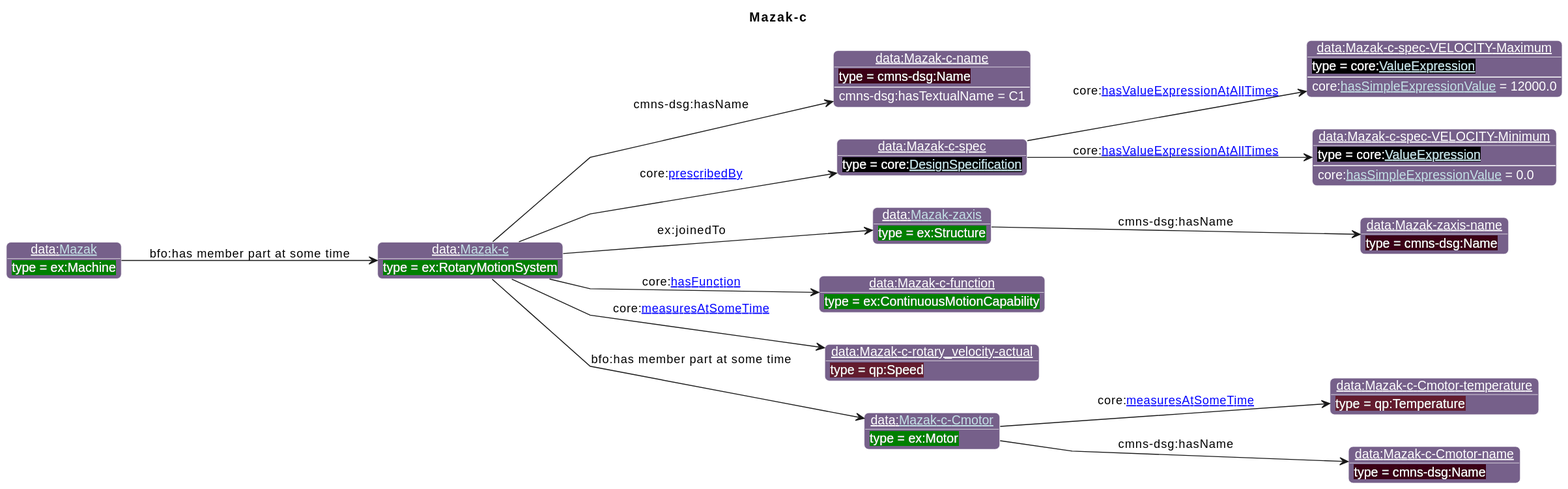
Above: diagrams/Mazak-c.svg in iofoundry/example-syseng-mtconnect (PlantUML), before the change.
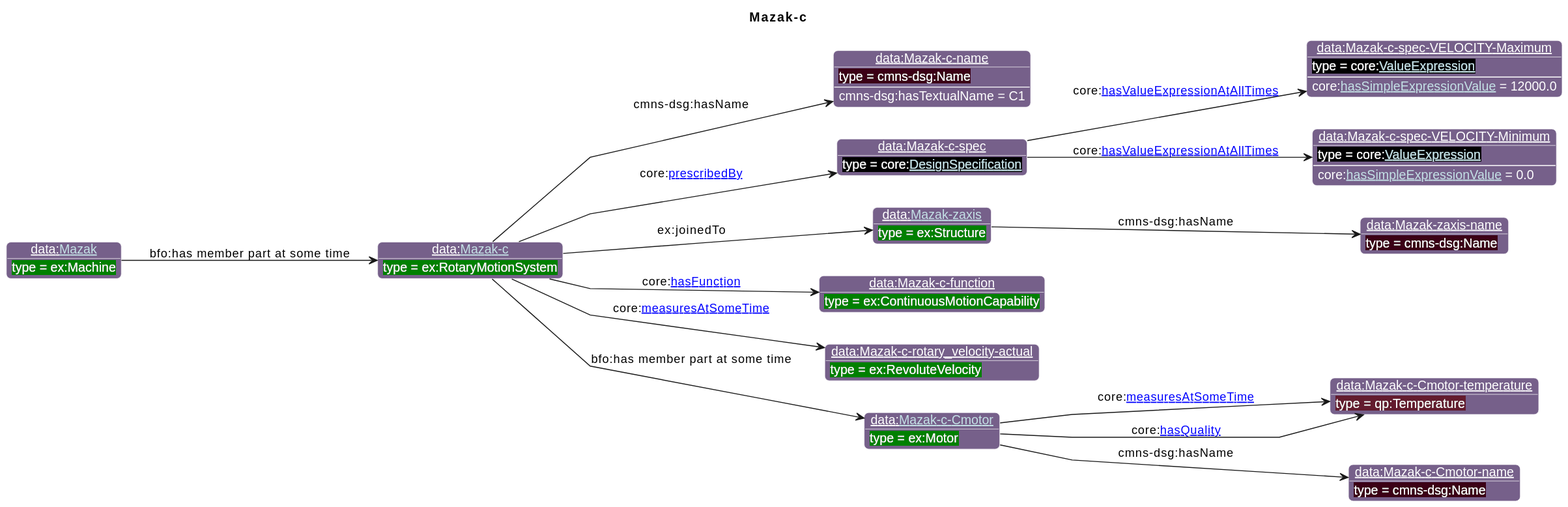
Later version of the same file.

The edit, as a diff of the source:
```diff
@@ -27,7 +27,7 @@
 individual(o6, data:[[./Mazak-zaxis.html Mazak-zaxis]], ex:Structure)
 individual(o7, data:Mazak-zaxis-name, cmns-dsg:Name)
 individual(o8, data:Mazak-c-function, ex:ContinuousMotionCapability)
-individual(o9, data:Mazak-c-rotary_velocity-actual, qp:Speed)
+individual(o9, data:Mazak-c-rotary_velocity-actual, ex:RevoluteVelocity)
 individual(o10, data:[[./Mazak-c-Cmotor.html Mazak-c-Cmotor]], ex:Motor)
 individual(o11, data:Mazak-c-Cmotor-temperature, qp:Temperature)
 individual(o12, data:Mazak-c-Cmotor-name, cmns-dsg:Name)
@@ -45,6 +45,7 @@
 property(o1, core:[[https://spec.industrialontologies.org/ontology/core/Core/measuresAtSomeTime measuresAtSomeTime]], o9)
 property(o1, "bfo:has member part at some time", o10)
 property(o10, core:[[https://spec.industrialontologies.org/ontology/core/Core/measuresAtSomeTime measuresAtSomeTime]], o11)
+property(o10, core:[[https://spec.industrialontologies.org/ontology/core/Core/hasQuality hasQuality]], o11)
 property(o10, cmns-dsg:hasName, o12)
 property(o13, "bfo:has member part at some time", o1)
 @enduml
```
